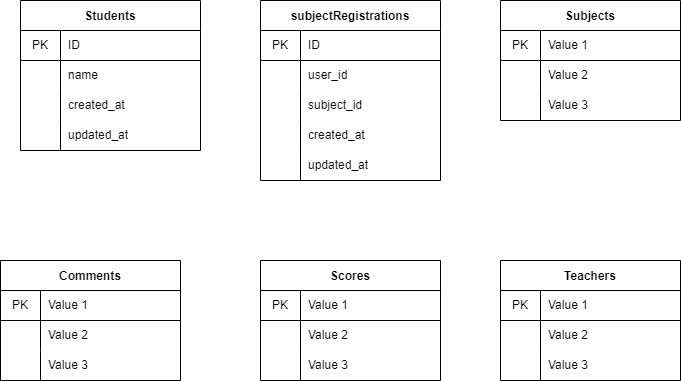
The draw.io diagram 20221026koyanagi/index.drawio.png in yuki-zirushi/PowerStruggle, before a commit. Source tidied: cells renumbered, new cells last; positions are measured from the earlier drawing's top-left corner, leaving out a move shared by most shapes. Its diagram source:
```xml
<mxGraphModel>
  <root>
    <mxCell id="0" />
    <mxCell id="1" parent="0" />
    <mxCell id="2" value="Students" style="shape=table;startSize=30;rowLines=0;fontStyle=1;align=center;strokeColor=default;fillColor=default;" parent="1" vertex="1">
      <mxGeometry x="20" width="180" height="150" as="geometry" />
    </mxCell>
    <mxCell id="3" style="shape=partialRectangle;html=1;whiteSpace=wrap;fillColor=none;top=0;left=0;bottom=1;right=0;" parent="2" vertex="1">
      <mxGeometry y="30" width="180" height="30" as="geometry" />
    </mxCell>
    <mxCell id="4" value="PK" style="shape=partialRectangle;html=1;whiteSpace=wrap;fillColor=none;top=0;left=0;bottom=0;right=0;overflow=hidden;" parent="3" vertex="1">
      <mxGeometry width="40" height="30" as="geometry" />
    </mxCell>
    <mxCell id="5" value="ID" style="shape=partialRectangle;html=1;whiteSpace=wrap;top=0;left=0;bottom=0;right=0;align=left;spacingLeft=6;overflow=hidden;fontStyle=0;labelBackgroundColor=default;labelBorderColor=none;horizontal=1;fillColor=none;" parent="3" vertex="1">
      <mxGeometry x="40" width="140" height="30" as="geometry" />
    </mxCell>
    <mxCell id="6" style="shape=partialRectangle;html=1;whiteSpace=wrap;fillColor=none;top=0;left=0;bottom=0;right=0;" parent="2" vertex="1">
      <mxGeometry y="60" width="180" height="30" as="geometry" />
    </mxCell>
    <mxCell id="7" style="shape=partialRectangle;html=1;whiteSpace=wrap;fillColor=none;top=0;left=0;bottom=0;right=0;overflow=hidden;" parent="6" vertex="1">
      <mxGeometry width="40" height="30" as="geometry" />
    </mxCell>
    <mxCell id="8" value="name" style="shape=partialRectangle;html=1;whiteSpace=wrap;fillColor=none;top=0;left=0;bottom=0;right=0;align=left;spacingLeft=6;overflow=hidden;" parent="6" vertex="1">
      <mxGeometry x="40" width="140" height="30" as="geometry" />
    </mxCell>
    <mxCell id="9" style="shape=partialRectangle;html=1;whiteSpace=wrap;fillColor=none;top=0;left=0;bottom=0;right=0;" parent="2" vertex="1">
      <mxGeometry y="90" width="180" height="30" as="geometry" />
    </mxCell>
    <mxCell id="10" style="shape=partialRectangle;html=1;whiteSpace=wrap;fillColor=none;top=0;left=0;bottom=0;right=0;overflow=hidden;" parent="9" vertex="1">
      <mxGeometry width="40" height="30" as="geometry" />
    </mxCell>
    <mxCell id="11" value="created_at" style="shape=partialRectangle;html=1;whiteSpace=wrap;fillColor=none;top=0;left=0;bottom=0;right=0;align=left;spacingLeft=6;overflow=hidden;" parent="9" vertex="1">
      <mxGeometry x="40" width="140" height="30" as="geometry" />
    </mxCell>
    <mxCell id="12" style="shape=partialRectangle;html=1;whiteSpace=wrap;fillColor=none;top=0;left=0;bottom=0;right=0;" parent="2" vertex="1">
      <mxGeometry y="120" width="180" height="30" as="geometry" />
    </mxCell>
    <mxCell id="13" style="shape=partialRectangle;html=1;whiteSpace=wrap;fillColor=none;top=0;left=0;bottom=0;right=0;overflow=hidden;" parent="12" vertex="1">
      <mxGeometry width="40" height="30" as="geometry" />
    </mxCell>
    <mxCell id="14" value="updated_at" style="shape=partialRectangle;html=1;whiteSpace=wrap;fillColor=none;top=0;left=0;bottom=0;right=0;align=left;spacingLeft=6;overflow=hidden;" parent="12" vertex="1">
      <mxGeometry x="40" width="140" height="30" as="geometry" />
    </mxCell>
    <mxCell id="15" value="subjectRegistrations" style="shape=table;startSize=30;rowLines=0;fontStyle=1;align=center;" parent="1" vertex="1">
      <mxGeometry x="260" width="180" height="180" as="geometry" />
    </mxCell>
    <mxCell id="16" style="shape=partialRectangle;html=1;whiteSpace=wrap;fillColor=none;top=0;left=0;bottom=1;right=0;" parent="15" vertex="1">
      <mxGeometry y="30" width="180" height="30" as="geometry" />
    </mxCell>
    <mxCell id="17" value="PK" style="shape=partialRectangle;html=1;whiteSpace=wrap;fillColor=none;top=0;left=0;bottom=0;right=0;overflow=hidden;" parent="16" vertex="1">
      <mxGeometry width="40" height="30" as="geometry" />
    </mxCell>
    <mxCell id="18" value="ID" style="shape=partialRectangle;html=1;whiteSpace=wrap;fillColor=none;top=0;left=0;bottom=0;right=0;align=left;spacingLeft=6;overflow=hidden;" parent="16" vertex="1">
      <mxGeometry x="40" width="140" height="30" as="geometry" />
    </mxCell>
    <mxCell id="19" style="shape=partialRectangle;html=1;whiteSpace=wrap;fillColor=none;top=0;left=0;bottom=0;right=0;" parent="15" vertex="1">
      <mxGeometry y="60" width="180" height="30" as="geometry" />
    </mxCell>
    <mxCell id="20" style="shape=partialRectangle;html=1;whiteSpace=wrap;fillColor=none;top=0;left=0;bottom=0;right=0;overflow=hidden;" parent="19" vertex="1">
      <mxGeometry width="40" height="30" as="geometry" />
    </mxCell>
    <mxCell id="21" value="user_id" style="shape=partialRectangle;html=1;whiteSpace=wrap;fillColor=none;top=0;left=0;bottom=0;right=0;align=left;spacingLeft=6;overflow=hidden;" parent="19" vertex="1">
      <mxGeometry x="40" width="140" height="30" as="geometry" />
    </mxCell>
    <mxCell id="22" style="shape=partialRectangle;html=1;whiteSpace=wrap;fillColor=none;top=0;left=0;bottom=0;right=0;" parent="15" vertex="1">
      <mxGeometry y="90" width="180" height="30" as="geometry" />
    </mxCell>
    <mxCell id="23" style="shape=partialRectangle;html=1;whiteSpace=wrap;fillColor=none;top=0;left=0;bottom=0;right=0;overflow=hidden;" parent="22" vertex="1">
      <mxGeometry width="40" height="30" as="geometry" />
    </mxCell>
    <mxCell id="24" value="subject_id" style="shape=partialRectangle;html=1;whiteSpace=wrap;fillColor=none;top=0;left=0;bottom=0;right=0;align=left;spacingLeft=6;overflow=hidden;" parent="22" vertex="1">
      <mxGeometry x="40" width="140" height="30" as="geometry" />
    </mxCell>
    <mxCell id="25" style="shape=partialRectangle;html=1;whiteSpace=wrap;fillColor=none;top=0;left=0;bottom=0;right=0;" parent="15" vertex="1">
      <mxGeometry y="120" width="180" height="30" as="geometry" />
    </mxCell>
    <mxCell id="26" style="shape=partialRectangle;html=1;whiteSpace=wrap;fillColor=none;top=0;left=0;bottom=0;right=0;overflow=hidden;" parent="25" vertex="1">
      <mxGeometry width="40" height="30" as="geometry" />
    </mxCell>
    <mxCell id="27" value="created_at" style="shape=partialRectangle;html=1;whiteSpace=wrap;fillColor=none;top=0;left=0;bottom=0;right=0;align=left;spacingLeft=6;overflow=hidden;" parent="25" vertex="1">
      <mxGeometry x="40" width="140" height="30" as="geometry" />
    </mxCell>
    <mxCell id="28" style="shape=partialRectangle;html=1;whiteSpace=wrap;fillColor=none;top=0;left=0;bottom=0;right=0;" parent="15" vertex="1">
      <mxGeometry y="150" width="180" height="30" as="geometry" />
    </mxCell>
    <mxCell id="29" style="shape=partialRectangle;html=1;whiteSpace=wrap;fillColor=none;top=0;left=0;bottom=0;right=0;overflow=hidden;" parent="28" vertex="1">
      <mxGeometry width="40" height="30" as="geometry" />
    </mxCell>
    <mxCell id="30" value="updated_at" style="shape=partialRectangle;html=1;whiteSpace=wrap;fillColor=none;top=0;left=0;bottom=0;right=0;align=left;spacingLeft=6;overflow=hidden;" parent="28" vertex="1">
      <mxGeometry x="40" width="140" height="30" as="geometry" />
    </mxCell>
    <mxCell id="31" value="Subjects" style="shape=table;startSize=30;rowLines=0;fontStyle=1;align=center;" parent="1" vertex="1">
      <mxGeometry x="500" width="180" height="120" as="geometry" />
    </mxCell>
    <mxCell id="32" style="shape=partialRectangle;html=1;whiteSpace=wrap;fillColor=none;top=0;left=0;bottom=1;right=0;" parent="31" vertex="1">
      <mxGeometry y="30" width="180" height="30" as="geometry" />
    </mxCell>
    <mxCell id="33" value="PK" style="shape=partialRectangle;html=1;whiteSpace=wrap;fillColor=none;top=0;left=0;bottom=0;right=0;overflow=hidden;" parent="32" vertex="1">
      <mxGeometry width="40" height="30" as="geometry" />
    </mxCell>
    <mxCell id="34" value="Value 1" style="shape=partialRectangle;html=1;whiteSpace=wrap;fillColor=none;top=0;left=0;bottom=0;right=0;align=left;spacingLeft=6;overflow=hidden;" parent="32" vertex="1">
      <mxGeometry x="40" width="140" height="30" as="geometry" />
    </mxCell>
    <mxCell id="35" style="shape=partialRectangle;html=1;whiteSpace=wrap;fillColor=none;top=0;left=0;bottom=0;right=0;" parent="31" vertex="1">
      <mxGeometry y="60" width="180" height="30" as="geometry" />
    </mxCell>
    <mxCell id="36" style="shape=partialRectangle;html=1;whiteSpace=wrap;fillColor=none;top=0;left=0;bottom=0;right=0;overflow=hidden;" parent="35" vertex="1">
      <mxGeometry width="40" height="30" as="geometry" />
    </mxCell>
    <mxCell id="37" value="Value 2" style="shape=partialRectangle;html=1;whiteSpace=wrap;fillColor=none;top=0;left=0;bottom=0;right=0;align=left;spacingLeft=6;overflow=hidden;" parent="35" vertex="1">
      <mxGeometry x="40" width="140" height="30" as="geometry" />
    </mxCell>
    <mxCell id="38" style="shape=partialRectangle;html=1;whiteSpace=wrap;fillColor=none;top=0;left=0;bottom=0;right=0;" parent="31" vertex="1">
      <mxGeometry y="90" width="180" height="30" as="geometry" />
    </mxCell>
    <mxCell id="39" style="shape=partialRectangle;html=1;whiteSpace=wrap;fillColor=none;top=0;left=0;bottom=0;right=0;overflow=hidden;" parent="38" vertex="1">
      <mxGeometry width="40" height="30" as="geometry" />
    </mxCell>
    <mxCell id="40" value="Value 3" style="shape=partialRectangle;html=1;whiteSpace=wrap;fillColor=none;top=0;left=0;bottom=0;right=0;align=left;spacingLeft=6;overflow=hidden;" parent="38" vertex="1">
      <mxGeometry x="40" width="140" height="30" as="geometry" />
    </mxCell>
    <mxCell id="41" value="Comments" style="shape=table;startSize=30;rowLines=0;fontStyle=1;align=center;" parent="1" vertex="1">
      <mxGeometry y="260" width="180" height="120" as="geometry" />
    </mxCell>
    <mxCell id="42" style="shape=partialRectangle;html=1;whiteSpace=wrap;fillColor=none;top=0;left=0;bottom=1;right=0;" parent="41" vertex="1">
      <mxGeometry y="30" width="180" height="30" as="geometry" />
    </mxCell>
    <mxCell id="43" value="PK" style="shape=partialRectangle;html=1;whiteSpace=wrap;fillColor=none;top=0;left=0;bottom=0;right=0;overflow=hidden;" parent="42" vertex="1">
      <mxGeometry width="40" height="30" as="geometry" />
    </mxCell>
    <mxCell id="44" value="Value 1" style="shape=partialRectangle;html=1;whiteSpace=wrap;fillColor=none;top=0;left=0;bottom=0;right=0;align=left;spacingLeft=6;overflow=hidden;" parent="42" vertex="1">
      <mxGeometry x="40" width="140" height="30" as="geometry" />
    </mxCell>
    <mxCell id="45" style="shape=partialRectangle;html=1;whiteSpace=wrap;fillColor=none;top=0;left=0;bottom=0;right=0;" parent="41" vertex="1">
      <mxGeometry y="60" width="180" height="30" as="geometry" />
    </mxCell>
    <mxCell id="46" style="shape=partialRectangle;html=1;whiteSpace=wrap;fillColor=none;top=0;left=0;bottom=0;right=0;overflow=hidden;" parent="45" vertex="1">
      <mxGeometry width="40" height="30" as="geometry" />
    </mxCell>
    <mxCell id="47" value="Value 2" style="shape=partialRectangle;html=1;whiteSpace=wrap;fillColor=none;top=0;left=0;bottom=0;right=0;align=left;spacingLeft=6;overflow=hidden;" parent="45" vertex="1">
      <mxGeometry x="40" width="140" height="30" as="geometry" />
    </mxCell>
    <mxCell id="48" style="shape=partialRectangle;html=1;whiteSpace=wrap;fillColor=none;top=0;left=0;bottom=0;right=0;" parent="41" vertex="1">
      <mxGeometry y="90" width="180" height="30" as="geometry" />
    </mxCell>
    <mxCell id="49" style="shape=partialRectangle;html=1;whiteSpace=wrap;fillColor=none;top=0;left=0;bottom=0;right=0;overflow=hidden;" parent="48" vertex="1">
      <mxGeometry width="40" height="30" as="geometry" />
    </mxCell>
    <mxCell id="50" value="Value 3" style="shape=partialRectangle;html=1;whiteSpace=wrap;fillColor=none;top=0;left=0;bottom=0;right=0;align=left;spacingLeft=6;overflow=hidden;" parent="48" vertex="1">
      <mxGeometry x="40" width="140" height="30" as="geometry" />
    </mxCell>
    <mxCell id="51" value="Scores" style="shape=table;startSize=30;rowLines=0;fontStyle=1;align=center;" parent="1" vertex="1">
      <mxGeometry x="260" y="260" width="180" height="120" as="geometry" />
    </mxCell>
    <mxCell id="52" style="shape=partialRectangle;html=1;whiteSpace=wrap;fillColor=none;top=0;left=0;bottom=1;right=0;" parent="51" vertex="1">
      <mxGeometry y="30" width="180" height="30" as="geometry" />
    </mxCell>
    <mxCell id="53" value="PK" style="shape=partialRectangle;html=1;whiteSpace=wrap;fillColor=none;top=0;left=0;bottom=0;right=0;overflow=hidden;" parent="52" vertex="1">
      <mxGeometry width="40" height="30" as="geometry" />
    </mxCell>
    <mxCell id="54" value="Value 1" style="shape=partialRectangle;html=1;whiteSpace=wrap;fillColor=none;top=0;left=0;bottom=0;right=0;align=left;spacingLeft=6;overflow=hidden;" parent="52" vertex="1">
      <mxGeometry x="40" width="140" height="30" as="geometry" />
    </mxCell>
    <mxCell id="55" style="shape=partialRectangle;html=1;whiteSpace=wrap;fillColor=none;top=0;left=0;bottom=0;right=0;" parent="51" vertex="1">
      <mxGeometry y="60" width="180" height="30" as="geometry" />
    </mxCell>
    <mxCell id="56" style="shape=partialRectangle;html=1;whiteSpace=wrap;fillColor=none;top=0;left=0;bottom=0;right=0;overflow=hidden;" parent="55" vertex="1">
      <mxGeometry width="40" height="30" as="geometry" />
    </mxCell>
    <mxCell id="57" value="Value 2" style="shape=partialRectangle;html=1;whiteSpace=wrap;fillColor=none;top=0;left=0;bottom=0;right=0;align=left;spacingLeft=6;overflow=hidden;" parent="55" vertex="1">
      <mxGeometry x="40" width="140" height="30" as="geometry" />
    </mxCell>
    <mxCell id="58" style="shape=partialRectangle;html=1;whiteSpace=wrap;fillColor=none;top=0;left=0;bottom=0;right=0;" parent="51" vertex="1">
      <mxGeometry y="90" width="180" height="30" as="geometry" />
    </mxCell>
    <mxCell id="59" style="shape=partialRectangle;html=1;whiteSpace=wrap;fillColor=none;top=0;left=0;bottom=0;right=0;overflow=hidden;" parent="58" vertex="1">
      <mxGeometry width="40" height="30" as="geometry" />
    </mxCell>
    <mxCell id="60" value="Value 3" style="shape=partialRectangle;html=1;whiteSpace=wrap;fillColor=none;top=0;left=0;bottom=0;right=0;align=left;spacingLeft=6;overflow=hidden;" parent="58" vertex="1">
      <mxGeometry x="40" width="140" height="30" as="geometry" />
    </mxCell>
    <mxCell id="61" value="Teachers" style="shape=table;startSize=30;rowLines=0;fontStyle=1;align=center;" parent="1" vertex="1">
      <mxGeometry x="500" y="260" width="180" height="120" as="geometry" />
    </mxCell>
    <mxCell id="62" style="shape=partialRectangle;html=1;whiteSpace=wrap;fillColor=none;top=0;left=0;bottom=1;right=0;" parent="61" vertex="1">
      <mxGeometry y="30" width="180" height="30" as="geometry" />
    </mxCell>
    <mxCell id="63" value="PK" style="shape=partialRectangle;html=1;whiteSpace=wrap;fillColor=none;top=0;left=0;bottom=0;right=0;overflow=hidden;" parent="62" vertex="1">
      <mxGeometry width="40" height="30" as="geometry" />
    </mxCell>
    <mxCell id="64" value="Value 1" style="shape=partialRectangle;html=1;whiteSpace=wrap;fillColor=none;top=0;left=0;bottom=0;right=0;align=left;spacingLeft=6;overflow=hidden;" parent="62" vertex="1">
      <mxGeometry x="40" width="140" height="30" as="geometry" />
    </mxCell>
    <mxCell id="65" style="shape=partialRectangle;html=1;whiteSpace=wrap;fillColor=none;top=0;left=0;bottom=0;right=0;" parent="61" vertex="1">
      <mxGeometry y="60" width="180" height="30" as="geometry" />
    </mxCell>
    <mxCell id="66" style="shape=partialRectangle;html=1;whiteSpace=wrap;fillColor=none;top=0;left=0;bottom=0;right=0;overflow=hidden;" parent="65" vertex="1">
      <mxGeometry width="40" height="30" as="geometry" />
    </mxCell>
    <mxCell id="67" value="Value 2" style="shape=partialRectangle;html=1;whiteSpace=wrap;fillColor=none;top=0;left=0;bottom=0;right=0;align=left;spacingLeft=6;overflow=hidden;" parent="65" vertex="1">
      <mxGeometry x="40" width="140" height="30" as="geometry" />
    </mxCell>
    <mxCell id="68" style="shape=partialRectangle;html=1;whiteSpace=wrap;fillColor=none;top=0;left=0;bottom=0;right=0;" parent="61" vertex="1">
      <mxGeometry y="90" width="180" height="30" as="geometry" />
    </mxCell>
    <mxCell id="69" style="shape=partialRectangle;html=1;whiteSpace=wrap;fillColor=none;top=0;left=0;bottom=0;right=0;overflow=hidden;" parent="68" vertex="1">
      <mxGeometry width="40" height="30" as="geometry" />
    </mxCell>
    <mxCell id="70" value="Value 3" style="shape=partialRectangle;html=1;whiteSpace=wrap;fillColor=none;top=0;left=0;bottom=0;right=0;align=left;spacingLeft=6;overflow=hidden;" parent="68" vertex="1">
      <mxGeometry x="40" width="140" height="30" as="geometry" />
    </mxCell>
  </root>
</mxGraphModel>
```
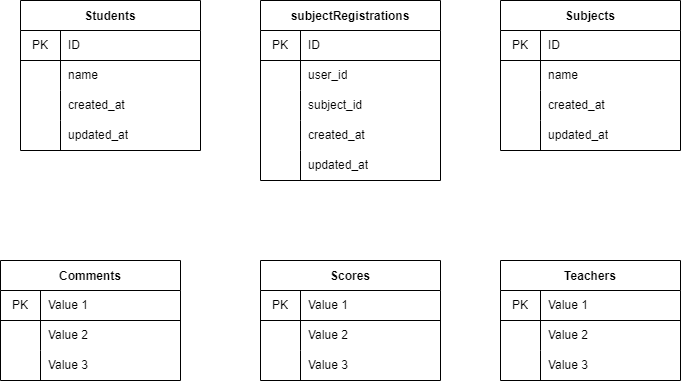
Later version of the same file.

The edit, as a diff of the source:
```diff
@@ -90,7 +90,7 @@
       <mxGeometry x="40" width="140" height="30" as="geometry" />
     </mxCell>
     <mxCell id="31" value="Subjects" style="shape=table;startSize=30;rowLines=0;fontStyle=1;align=center;" parent="1" vertex="1">
-      <mxGeometry x="500" width="180" height="120" as="geometry" />
+      <mxGeometry x="500" width="180" height="150" as="geometry" />
     </mxCell>
     <mxCell id="32" style="shape=partialRectangle;html=1;whiteSpace=wrap;fillColor=none;top=0;left=0;bottom=1;right=0;" parent="31" vertex="1">
       <mxGeometry y="30" width="180" height="30" as="geometry" />
@@ -98,7 +98,7 @@
     <mxCell id="33" value="PK" style="shape=partialRectangle;html=1;whiteSpace=wrap;fillColor=none;top=0;left=0;bottom=0;right=0;overflow=hidden;" parent="32" vertex="1">
       <mxGeometry width="40" height="30" as="geometry" />
     </mxCell>
-    <mxCell id="34" value="Value 1" style="shape=partialRectangle;html=1;whiteSpace=wrap;fillColor=none;top=0;left=0;bottom=0;right=0;align=left;spacingLeft=6;overflow=hidden;" parent="32" vertex="1">
+    <mxCell id="34" value="ID" style="shape=partialRectangle;html=1;whiteSpace=wrap;fillColor=none;top=0;left=0;bottom=0;right=0;align=left;spacingLeft=6;overflow=hidden;" parent="32" vertex="1">
       <mxGeometry x="40" width="140" height="30" as="geometry" />
     </mxCell>
     <mxCell id="35" style="shape=partialRectangle;html=1;whiteSpace=wrap;fillColor=none;top=0;left=0;bottom=0;right=0;" parent="31" vertex="1">
@@ -107,7 +107,7 @@
     <mxCell id="36" style="shape=partialRectangle;html=1;whiteSpace=wrap;fillColor=none;top=0;left=0;bottom=0;right=0;overflow=hidden;" parent="35" vertex="1">
       <mxGeometry width="40" height="30" as="geometry" />
     </mxCell>
-    <mxCell id="37" value="Value 2" style="shape=partialRectangle;html=1;whiteSpace=wrap;fillColor=none;top=0;left=0;bottom=0;right=0;align=left;spacingLeft=6;overflow=hidden;" parent="35" vertex="1">
+    <mxCell id="37" value="name" style="shape=partialRectangle;html=1;whiteSpace=wrap;fillColor=none;top=0;left=0;bottom=0;right=0;align=left;spacingLeft=6;overflow=hidden;" parent="35" vertex="1">
       <mxGeometry x="40" width="140" height="30" as="geometry" />
     </mxCell>
     <mxCell id="38" style="shape=partialRectangle;html=1;whiteSpace=wrap;fillColor=none;top=0;left=0;bottom=0;right=0;" parent="31" vertex="1">
@@ -116,9 +116,18 @@
     <mxCell id="39" style="shape=partialRectangle;html=1;whiteSpace=wrap;fillColor=none;top=0;left=0;bottom=0;right=0;overflow=hidden;" parent="38" vertex="1">
       <mxGeometry width="40" height="30" as="geometry" />
     </mxCell>
-    <mxCell id="40" value="Value 3" style="shape=partialRectangle;html=1;whiteSpace=wrap;fillColor=none;top=0;left=0;bottom=0;right=0;align=left;spacingLeft=6;overflow=hidden;" parent="38" vertex="1">
+    <mxCell id="40" value="created_at" style="shape=partialRectangle;html=1;whiteSpace=wrap;fillColor=none;top=0;left=0;bottom=0;right=0;align=left;spacingLeft=6;overflow=hidden;" parent="38" vertex="1">
       <mxGeometry x="40" width="140" height="30" as="geometry" />
     </mxCell>
+    <mxCell id="71" style="shape=partialRectangle;html=1;whiteSpace=wrap;fillColor=none;top=0;left=0;bottom=0;right=0;" parent="31" vertex="1">
+      <mxGeometry y="120" width="180" height="30" as="geometry" />
+    </mxCell>
+    <mxCell id="72" style="shape=partialRectangle;html=1;whiteSpace=wrap;fillColor=none;top=0;left=0;bottom=0;right=0;overflow=hidden;" parent="71" vertex="1">
+      <mxGeometry width="40" height="30" as="geometry" />
+    </mxCell>
+    <mxCell id="73" value="updated_at" style="shape=partialRectangle;html=1;whiteSpace=wrap;fillColor=none;top=0;left=0;bottom=0;right=0;align=left;spacingLeft=6;overflow=hidden;" parent="71" vertex="1">
+      <mxGeometry x="40" width="140" height="30" as="geometry" />
+    </mxCell>
     <mxCell id="41" value="Comments" style="shape=table;startSize=30;rowLines=0;fontStyle=1;align=center;" parent="1" vertex="1">
       <mxGeometry y="260" width="180" height="120" as="geometry" />
     </mxCell>
```
